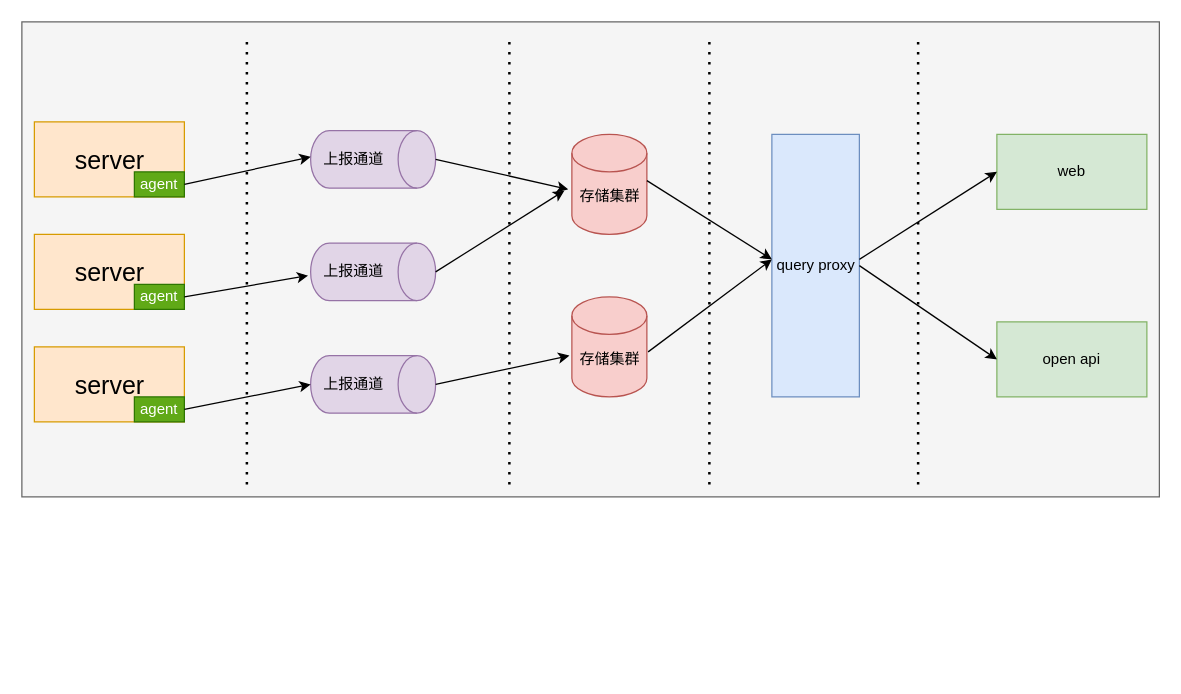
Above: log_platform.drawio in eric-caiyao/darw_io (draw.io), before the change. Source tidied: cells renumbered, new cells numbered last; positions are measured from the earlier drawing's top-left corner, leaving out a move shared by most shapes. Both pictures are drawn from the tidied source at 125%, with x=0, y=0 at pixel (21, 21).
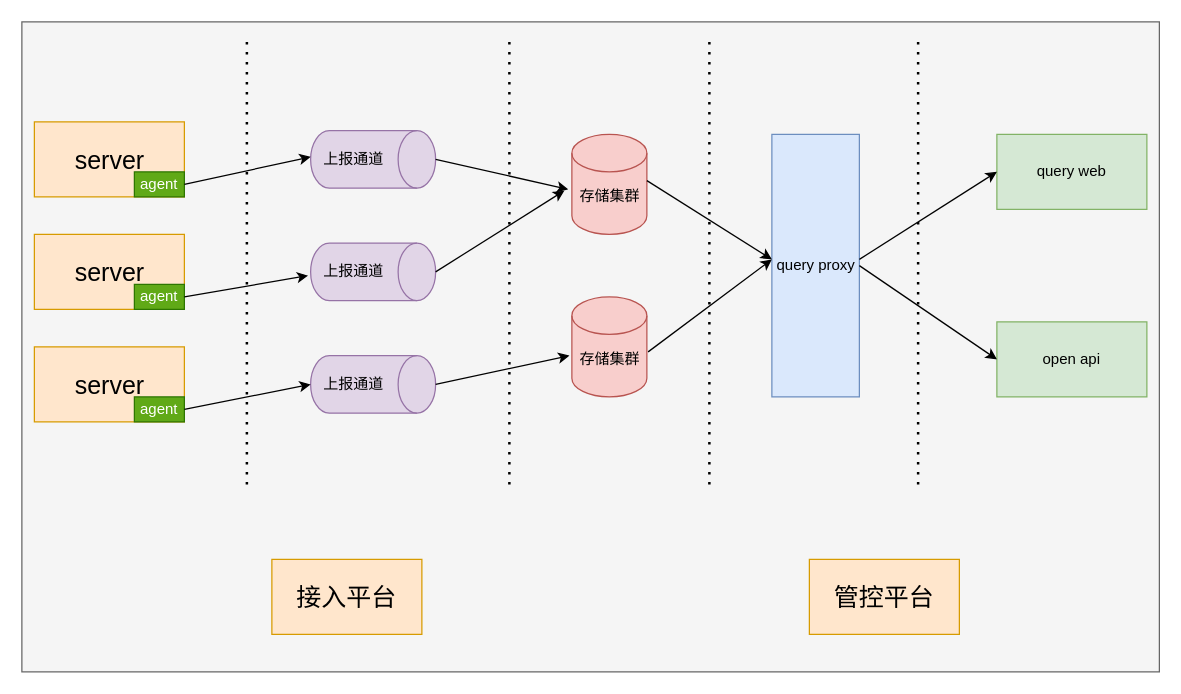
The same page after the edit.

Change to the diagram source:
```diff
@@
     <mxCell id="2" style="whiteSpace=wrap;html=1;fillColor=#f5f5f5;fontColor=#333333;strokeColor=#666666;" parent="1" vertex="1">
-      <mxGeometry width="910" height="380" as="geometry" />
+      <mxGeometry width="910" height="520" as="geometry" />
     </mxCell>
@@
-    <mxCell id="12" value="web" style="whiteSpace=wrap;html=1;fillColor=#d5e8d4;strokeColor=#82b366;" parent="1" vertex="1">
+    <mxCell id="12" value="query web" style="whiteSpace=wrap;html=1;fillColor=#d5e8d4;strokeColor=#82b366;" parent="1" vertex="1">
       <mxGeometry x="780" y="90" width="120" height="60" as="geometry" />
     </mxCell>
@@
+    <mxCell id="40" value="&lt;font style=&quot;font-size: 20px;&quot;&gt;管控平台&lt;/font&gt;" style="whiteSpace=wrap;html=1;fillColor=#ffe6cc;strokeColor=#d79b00;" parent="1" vertex="1">
+      <mxGeometry x="630" y="430" width="120" height="60" as="geometry" />
+    </mxCell>
+    <mxCell id="41" value="&lt;font style=&quot;font-size: 20px;&quot;&gt;接入平台&lt;/font&gt;" style="whiteSpace=wrap;html=1;fillColor=#ffe6cc;strokeColor=#d79b00;" parent="1" vertex="1">
+      <mxGeometry x="200" y="430" width="120" height="60" as="geometry" />
+    </mxCell>
```
